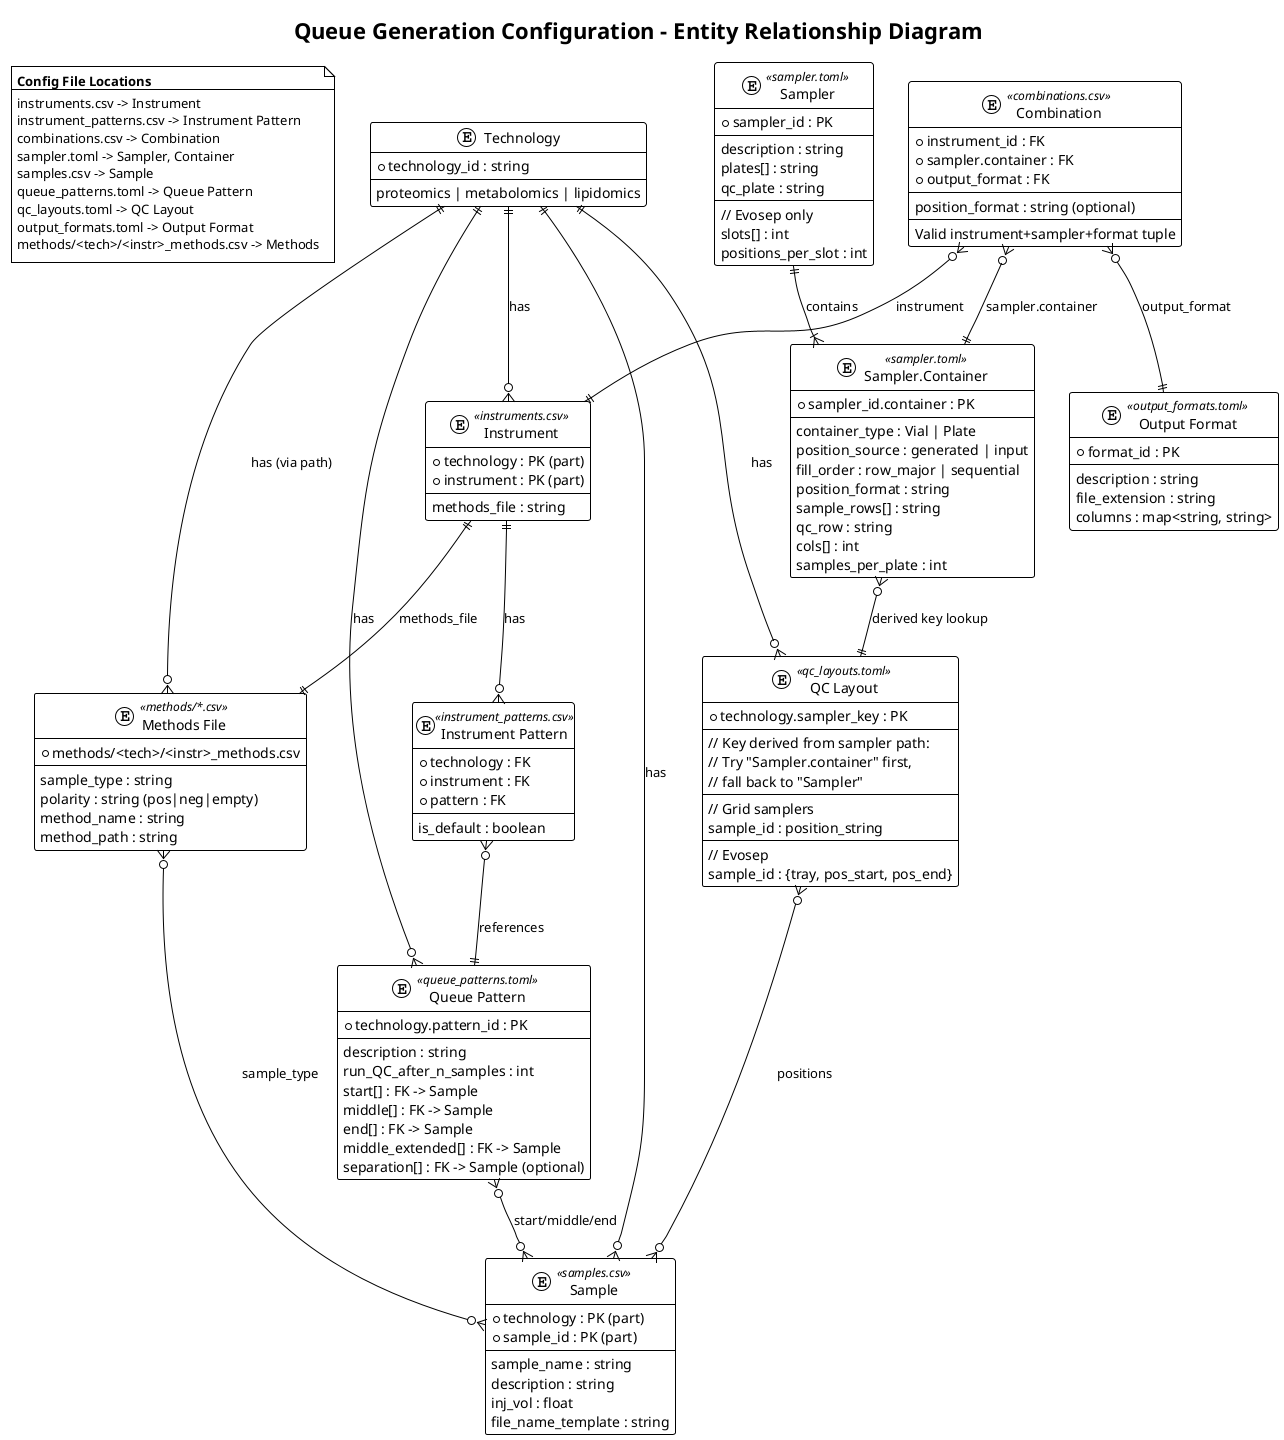
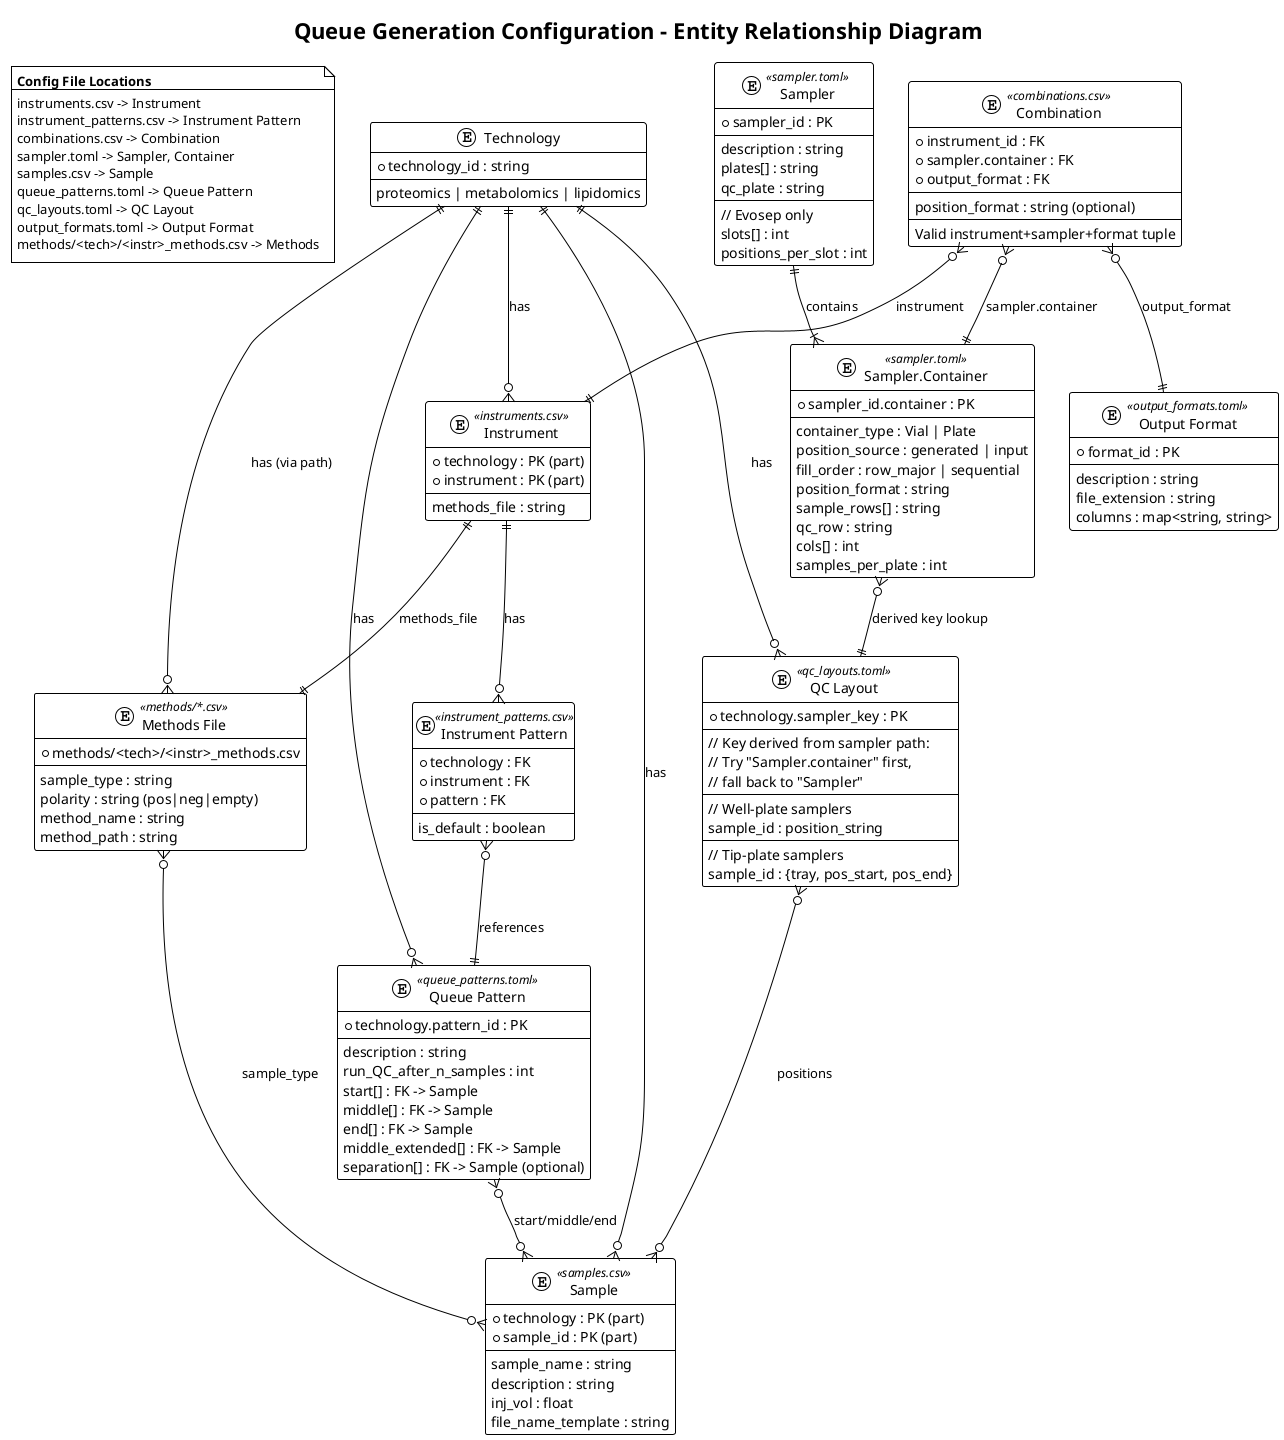
@startuml config_er
!theme plain
title Queue Generation Configuration - Entity Relationship Diagram

' Legend: Config file locations
note as FileLocations
  **Config File Locations**
  ----
  instruments.csv -> Instrument
  instrument_patterns.csv -> Instrument Pattern
  combinations.csv -> Combination
  sampler.toml -> Sampler, Container
  samples.csv -> Sample
  queue_patterns.toml -> Queue Pattern
  qc_layouts.toml -> QC Layout
  output_formats.toml -> Output Format
  methods/<tech>/<instr>_methods.csv -> Methods
end note

' Entities
entity "Technology" as tech {
  * technology_id : string
  --
  proteomics | metabolomics | lipidomics
}

entity "Instrument" as instr <<instruments.csv>> {
  * technology : PK (part)
  * instrument : PK (part)
  --
  methods_file : string
}

entity "Instrument Pattern" as instr_pattern <<instrument_patterns.csv>> {
  * technology : FK
  * instrument : FK
  * pattern : FK
  --
  is_default : boolean
}

entity "Sampler" as sampler <<sampler.toml>> {
  * sampler_id : PK
  --
  description : string
  plates[] : string
  qc_plate : string
  --
  // Evosep only
  slots[] : int
  positions_per_slot : int
}

entity "Sampler.Container" as container <<sampler.toml>> {
  * sampler_id.container : PK
  --
  container_type : Vial | Plate
  position_source : generated | input
  fill_order : row_major | sequential
  position_format : string
  sample_rows[] : string
  qc_row : string
  cols[] : int
  samples_per_plate : int
}

entity "Output Format" as outfmt <<output_formats.toml>> {
  * format_id : PK
  --
  description : string
  file_extension : string
  columns : map<string, string>
}

entity "Combination" as combo <<combinations.csv>> {
  * instrument_id : FK
  * sampler.container : FK
  * output_format : FK
  --
  position_format : string (optional)
  ----
  Valid instrument+sampler+format tuple
}

entity "Queue Pattern" as pattern <<queue_patterns.toml>> {
  * technology.pattern_id : PK
  --
  description : string
  run_QC_after_n_samples : int
  start[] : FK -> Sample
  middle[] : FK -> Sample
  end[] : FK -> Sample
  middle_extended[] : FK -> Sample
  separation[] : FK -> Sample (optional)
}

entity "Sample" as sample <<samples.csv>> {
  * technology : PK (part)
  * sample_id : PK (part)
  --
  sample_name : string
  description : string
  inj_vol : float
  file_name_template : string
}

entity "QC Layout" as qclayout <<qc_layouts.toml>> {
  * technology.sampler_key : PK
  --
  // Key derived from sampler path:
  // Try "Sampler.container" first,
  // fall back to "Sampler"
  --
-   // Grid samplers
+   // Well-plate samplers
  sample_id : position_string
  --
-   // Evosep
+   // Tip-plate samplers
  sample_id : {tray, pos_start, pos_end}
}

entity "Methods File" as methods <<methods/*.csv>> {
  * methods/<tech>/<instr>_methods.csv
  --
  sample_type : string
  polarity : string (pos|neg|empty)
  method_name : string
  method_path : string
}

' Relationships
tech ||--o{ instr : "has"
tech ||--o{ pattern : "has"
tech ||--o{ sample : "has"
tech ||--o{ qclayout : "has"
tech ||--o{ methods : "has (via path)"

sampler ||--|{ container : "contains"
container }o--|| qclayout : "derived key lookup"

instr ||--o{ instr_pattern : "has"
instr_pattern }o--|| pattern : "references"
instr ||--|| methods : "methods_file"

pattern }o--o{ sample : "start/middle/end"
qclayout }o--o{ sample : "positions"
methods }o--o{ sample : "sample_type"

combo }o--|| instr : "instrument"
combo }o--|| container : "sampler.container"
combo }o--|| outfmt : "output_format"

@enduml
